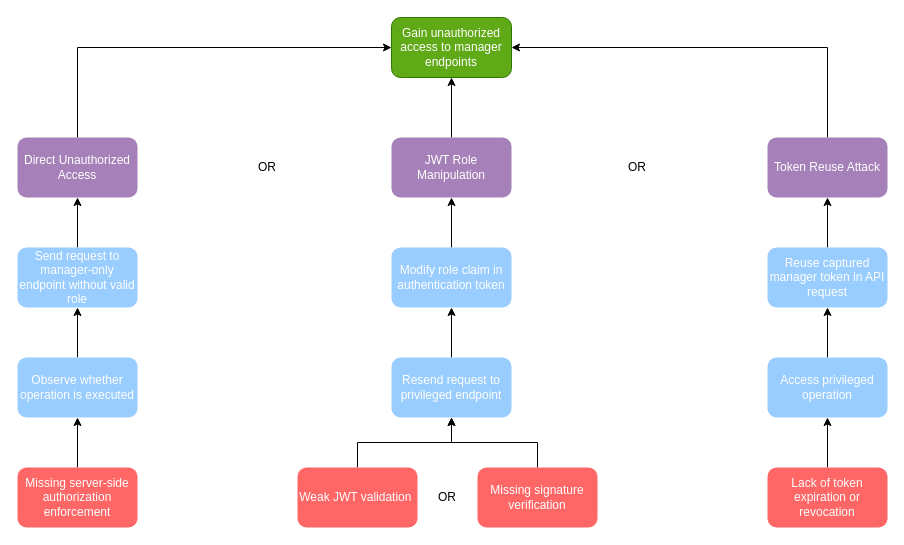
mei-desofs/desofs2026-thu_crr_1 keeps this draw.io diagram as docs/attack-trees/joao1220663/Broken_Authorization_Product_Attack_Tree.drawio. Above is the earlier version. Source tidied: cells renumbered, new cells numbered last; positions are measured from the earlier drawing's top-left corner, leaving out a move shared by most shapes. Both pictures are drawn from the tidied source at 100%, with x=0, y=0 at pixel (17, 17).
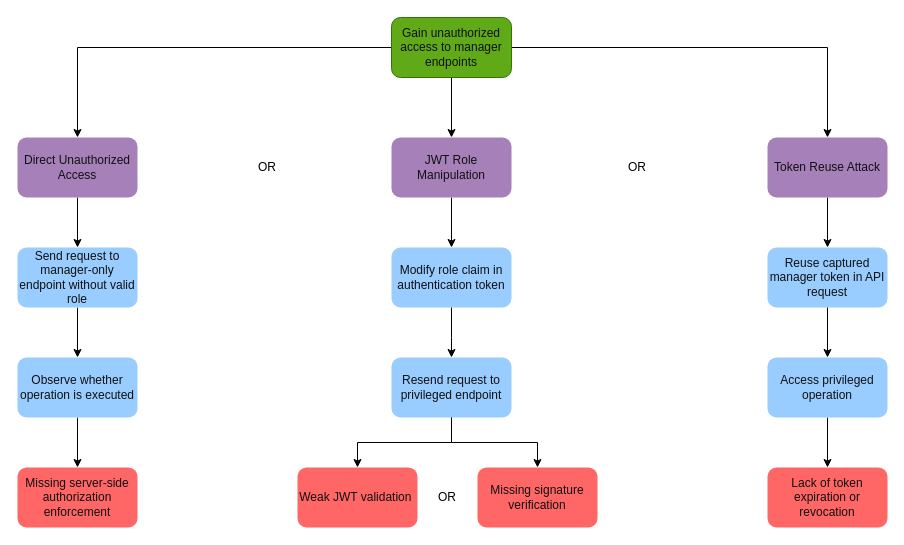
The same diagram, later.

Change to the diagram source:
```diff
@@
-    <mxCell id="2" style="edgeStyle=orthogonalEdgeStyle;rounded=0;jettySize=auto;html=1;exitX=0.5;exitY=0;exitDx=0;exitDy=0;entryX=0;entryY=0.5;entryDx=0;entryDy=0;" parent="1" edge="1" source="10" target="9">
+    <mxCell id="2" style="edgeStyle=orthogonalEdgeStyle;rounded=0;jettySize=auto;html=1;exitX=0;exitY=0.5;exitDx=0;exitDy=0;entryX=0.5;entryY=0;entryDx=0;entryDy=0;" parent="1" edge="1" source="9" target="10">
       <mxGeometry relative="1" as="geometry">
         <Array as="points">
           <mxPoint x="60" y="30" />
         </Array>
       </mxGeometry>
     </mxCell>
-    <mxCell id="3" style="edgeStyle=orthogonalEdgeStyle;rounded=0;jettySize=auto;html=1;exitX=0.5;exitY=0;exitDx=0;exitDy=0;entryX=0.5;entryY=1;entryDx=0;entryDy=0;" parent="1" edge="1" source="11" target="9">
+    <mxCell id="3" style="edgeStyle=orthogonalEdgeStyle;rounded=0;jettySize=auto;html=1;exitX=0.5;exitY=1;exitDx=0;exitDy=0;entryX=0.5;entryY=0;entryDx=0;entryDy=0;" parent="1" edge="1" source="9" target="11">
       <mxGeometry relative="1" as="geometry" />
     </mxCell>
-    <mxCell id="4" style="edgeStyle=orthogonalEdgeStyle;rounded=0;jettySize=auto;html=1;exitX=0.5;exitY=0;exitDx=0;exitDy=0;entryX=1;entryY=0.5;entryDx=0;entryDy=0;" parent="1" edge="1" source="12" target="9">
+    <mxCell id="4" style="edgeStyle=orthogonalEdgeStyle;rounded=0;jettySize=auto;html=1;exitX=1;exitY=0.5;exitDx=0;exitDy=0;entryX=0.5;entryY=0;entryDx=0;entryDy=0;" parent="1" edge="1" source="9" target="12">
       <mxGeometry relative="1" as="geometry" />
     </mxCell>
-    <mxCell id="5" style="edgeStyle=orthogonalEdgeStyle;rounded=0;jettySize=auto;html=1;exitX=0.5;exitY=0;exitDx=0;exitDy=0;" parent="1" edge="1" source="13">
-      <mxGeometry relative="1" as="geometry">
-        <mxPoint x="60" y="180" as="targetPoint" />
-      </mxGeometry>
+    <mxCell id="5" style="edgeStyle=orthogonalEdgeStyle;rounded=0;jettySize=auto;html=1;exitX=0.5;exitY=1;exitDx=0;exitDy=0;entryX=0.5;entryY=0;entryDx=0;entryDy=0;" parent="1" edge="1" source="10" target="13">
+      <mxGeometry relative="1" as="geometry" />
     </mxCell>
-    <mxCell id="6" style="edgeStyle=orthogonalEdgeStyle;rounded=0;jettySize=auto;html=1;exitX=0.5;exitY=0;exitDx=0;exitDy=0;entryX=0.5;entryY=1;entryDx=0;entryDy=0;" parent="1" edge="1" source="24" target="13">
+    <mxCell id="6" style="edgeStyle=orthogonalEdgeStyle;rounded=0;jettySize=auto;html=1;exitX=0.5;exitY=1;exitDx=0;exitDy=0;entryX=0.5;entryY=0;entryDx=0;entryDy=0;" parent="1" edge="1" source="13" target="24">
       <mxGeometry relative="1" as="geometry" />
     </mxCell>
-    <mxCell id="7" style="edgeStyle=orthogonalEdgeStyle;rounded=0;jettySize=auto;html=1;exitX=0.5;exitY=0;exitDx=0;exitDy=0;entryX=0.5;entryY=1;entryDx=0;entryDy=0;" parent="1" edge="1" source="14" target="11">
+    <mxCell id="7" style="edgeStyle=orthogonalEdgeStyle;rounded=0;jettySize=auto;html=1;exitX=0.5;exitY=1;exitDx=0;exitDy=0;entryX=0.5;entryY=0;entryDx=0;entryDy=0;" parent="1" edge="1" source="11" target="14">
       <mxGeometry relative="1" as="geometry" />
     </mxCell>
-    <mxCell id="8" style="edgeStyle=orthogonalEdgeStyle;rounded=0;jettySize=auto;html=1;exitX=0.5;exitY=0;exitDx=0;exitDy=0;entryX=0.5;entryY=1;entryDx=0;entryDy=0;" parent="1" edge="1" source="15" target="12">
+    <mxCell id="8" style="edgeStyle=orthogonalEdgeStyle;rounded=0;jettySize=auto;html=1;exitX=0.5;exitY=1;exitDx=0;exitDy=0;entryX=0.5;entryY=0;entryDx=0;entryDy=0;" parent="1" edge="1" source="12" target="15">
       <mxGeometry relative="1" as="geometry" />
     </mxCell>
-    <mxCell id="9" value="Gain unauthorized access to manager endpoints" style="rounded=1;whiteSpace=wrap;html=1;fillColor=#60a917;strokeColor=#2D7600;fontColor=#ffffff;" parent="1" vertex="1">
+    <mxCell id="9" value="Gain unauthorized access to manager endpoints" style="rounded=1;whiteSpace=wrap;html=1;fillColor=#60a917;strokeColor=#2D7600;fontColor=#111111;" parent="1" vertex="1">
       <mxGeometry x="374" width="120" height="60" as="geometry" />
     </mxCell>
-    <mxCell id="10" value="Direct Unauthorized Access" style="rounded=1;whiteSpace=wrap;html=1;fillColor=#A680B8;strokeColor=none;fontColor=#FFFFFF;" parent="1" vertex="1">
+    <mxCell id="10" value="Direct Unauthorized Access" style="rounded=1;whiteSpace=wrap;html=1;fillColor=#A680B8;strokeColor=none;fontColor=#111111;" parent="1" vertex="1">
       <mxGeometry y="120" width="120" height="60" as="geometry" />
     </mxCell>
-    <mxCell id="11" value="JWT Role Manipulation" style="rounded=1;whiteSpace=wrap;html=1;fillColor=#A680B8;strokeColor=none;fontColor=#FFFFFF;" parent="1" vertex="1">
+    <mxCell id="11" value="JWT Role Manipulation" style="rounded=1;whiteSpace=wrap;html=1;fillColor=#A680B8;strokeColor=none;fontColor=#111111;" parent="1" vertex="1">
       <mxGeometry x="374" y="120" width="120" height="60" as="geometry" />
     </mxCell>
-    <mxCell id="12" value="Token Reuse Attack" style="rounded=1;whiteSpace=wrap;html=1;fillColor=#A680B8;strokeColor=none;fontColor=#FFFFFF;" parent="1" vertex="1">
+    <mxCell id="12" value="Token Reuse Attack" style="rounded=1;whiteSpace=wrap;html=1;fillColor=#A680B8;strokeColor=none;fontColor=#111111;" parent="1" vertex="1">
       <mxGeometry x="750" y="120" width="120" height="60" as="geometry" />
     </mxCell>
-    <mxCell id="13" value="&lt;div style=&quot;&quot;&gt;Send request to manager-only endpoint without valid role&lt;/div&gt;" style="rounded=1;whiteSpace=wrap;html=1;fillColor=#99CCFF;align=center;strokeColor=none;fontColor=#FFFFFF;" parent="1" vertex="1">
+    <mxCell id="13" value="&lt;div style=&quot;&quot;&gt;Send request to manager-only endpoint without valid role&lt;/div&gt;" style="rounded=1;whiteSpace=wrap;html=1;fillColor=#99CCFF;align=center;strokeColor=none;fontColor=#111111;" parent="1" vertex="1">
       <mxGeometry y="230" width="120" height="60" as="geometry" />
     </mxCell>
-    <mxCell id="14" value="Modify role claim in authentication token" style="rounded=1;whiteSpace=wrap;html=1;fillColor=#99CCFF;strokeColor=none;fontColor=#FFFFFF;" parent="1" vertex="1">
+    <mxCell id="14" value="Modify role claim in authentication token" style="rounded=1;whiteSpace=wrap;html=1;fillColor=#99CCFF;strokeColor=none;fontColor=#111111;" parent="1" vertex="1">
       <mxGeometry x="374" y="230" width="120" height="60" as="geometry" />
     </mxCell>
-    <mxCell id="15" value="Reuse captured manager token in API request" style="rounded=1;whiteSpace=wrap;html=1;fillColor=#99CCFF;strokeColor=none;fontColor=#FFFFFF;" parent="1" vertex="1">
+    <mxCell id="15" value="Reuse captured manager token in API request" style="rounded=1;whiteSpace=wrap;html=1;fillColor=#99CCFF;strokeColor=none;fontColor=#111111;" parent="1" vertex="1">
       <mxGeometry x="750" y="230" width="120" height="60" as="geometry" />
     </mxCell>
-    <mxCell id="16" style="edgeStyle=orthogonalEdgeStyle;rounded=0;jettySize=auto;html=1;exitX=0.5;exitY=0;exitDx=0;exitDy=0;entryX=0.5;entryY=1;entryDx=0;entryDy=0;" parent="1" edge="1" source="17" target="24">
+    <mxCell id="16" style="edgeStyle=orthogonalEdgeStyle;rounded=0;jettySize=auto;html=1;exitX=0.5;exitY=1;exitDx=0;exitDy=0;entryX=0.5;entryY=0;entryDx=0;entryDy=0;" parent="1" edge="1" source="24" target="17">
       <mxGeometry relative="1" as="geometry" />
     </mxCell>
-    <mxCell id="17" value="Missing server-side authorization enforcement" style="rounded=1;whiteSpace=wrap;html=1;fillColor=#FF6666;strokeColor=none;fontColor=#FFFFFF;" parent="1" vertex="1">
+    <mxCell id="17" value="Missing server-side authorization enforcement" style="rounded=1;whiteSpace=wrap;html=1;fillColor=#FF6666;strokeColor=none;fontColor=#111111;" parent="1" vertex="1">
       <mxGeometry y="450" width="120" height="60" as="geometry" />
     </mxCell>
-    <mxCell id="18" style="edgeStyle=orthogonalEdgeStyle;rounded=0;jettySize=auto;html=1;exitX=0.5;exitY=0;exitDx=0;exitDy=0;entryX=0.5;entryY=1;entryDx=0;entryDy=0;" parent="1" edge="1" source="19" target="26">
+    <mxCell id="18" style="edgeStyle=orthogonalEdgeStyle;rounded=0;jettySize=auto;html=1;exitX=0.5;exitY=1;exitDx=0;exitDy=0;entryX=0.5;entryY=0;entryDx=0;entryDy=0;" parent="1" edge="1" source="26" target="19">
       <mxGeometry relative="1" as="geometry" />
     </mxCell>
-    <mxCell id="19" value="Weak JWT validation&amp;nbsp;" style="rounded=1;whiteSpace=wrap;html=1;fillColor=#FF6666;strokeColor=none;fontColor=#FFFFFF;" parent="1" vertex="1">
+    <mxCell id="19" value="Weak JWT validation&amp;nbsp;" style="rounded=1;whiteSpace=wrap;html=1;fillColor=#FF6666;strokeColor=none;fontColor=#111111;" parent="1" vertex="1">
       <mxGeometry x="280" y="450" width="120" height="60" as="geometry" />
     </mxCell>
-    <mxCell id="20" style="edgeStyle=orthogonalEdgeStyle;rounded=0;jettySize=auto;html=1;exitX=0.5;exitY=0;exitDx=0;exitDy=0;entryX=0.5;entryY=1;entryDx=0;entryDy=0;" parent="1" edge="1" source="21" target="28">
+    <mxCell id="20" style="edgeStyle=orthogonalEdgeStyle;rounded=0;jettySize=auto;html=1;exitX=0.5;exitY=1;exitDx=0;exitDy=0;entryX=0.5;entryY=0;entryDx=0;entryDy=0;" parent="1" edge="1" source="28" target="21">
       <mxGeometry relative="1" as="geometry" />
     </mxCell>
-    <mxCell id="21" value="Lack of token expiration or revocation" style="rounded=1;whiteSpace=wrap;html=1;fillColor=#FF6666;strokeColor=none;fontColor=#FFFFFF;" parent="1" vertex="1">
+    <mxCell id="21" value="Lack of token expiration or revocation" style="rounded=1;whiteSpace=wrap;html=1;fillColor=#FF6666;strokeColor=none;fontColor=#111111;" parent="1" vertex="1">
       <mxGeometry x="750" y="450" width="120" height="60" as="geometry" />
     </mxCell>
@@
-    <mxCell id="24" value="&lt;div style=&quot;&quot;&gt;Observe whether operation is executed&lt;/div&gt;" style="rounded=1;whiteSpace=wrap;html=1;fillColor=#99CCFF;align=center;strokeColor=none;fontColor=#FFFFFF;" parent="1" vertex="1">
+    <mxCell id="24" value="&lt;div style=&quot;&quot;&gt;Observe whether operation is executed&lt;/div&gt;" style="rounded=1;whiteSpace=wrap;html=1;fillColor=#99CCFF;align=center;strokeColor=none;fontColor=#111111;" parent="1" vertex="1">
       <mxGeometry y="340" width="120" height="60" as="geometry" />
     </mxCell>
-    <mxCell id="25" style="edgeStyle=orthogonalEdgeStyle;rounded=0;jettySize=auto;html=1;exitX=0.5;exitY=0;exitDx=0;exitDy=0;" parent="1" edge="1" source="26" target="14">
-      <mxGeometry relative="1" as="geometry" />
+    <mxCell id="25" style="edgeStyle=orthogonalEdgeStyle;rounded=0;jettySize=auto;html=1;exitX=0.5;exitY=1;exitDx=0;exitDy=0;entryX=0.5;entryY=0;entryDx=0;entryDy=0;" parent="1" edge="1" source="14" target="26">
+      <mxGeometry relative="1" as="geometry">
+        <Array as="points">
+          <mxPoint x="434" y="320" />
+          <mxPoint x="434" y="320" />
+        </Array>
+      </mxGeometry>
     </mxCell>
-    <mxCell id="26" value="&lt;div style=&quot;&quot;&gt;Resend request to privileged endpoint&lt;/div&gt;" style="rounded=1;whiteSpace=wrap;html=1;fillColor=#99CCFF;align=center;strokeColor=none;fontColor=#FFFFFF;" parent="1" vertex="1">
+    <mxCell id="26" value="&lt;div style=&quot;&quot;&gt;Resend request to privileged endpoint&lt;/div&gt;" style="rounded=1;whiteSpace=wrap;html=1;fillColor=#99CCFF;align=center;strokeColor=none;fontColor=#111111;" parent="1" vertex="1">
       <mxGeometry x="374" y="340" width="120" height="60" as="geometry" />
     </mxCell>
-    <mxCell id="27" style="edgeStyle=orthogonalEdgeStyle;rounded=0;jettySize=auto;html=1;exitX=0.5;exitY=0;exitDx=0;exitDy=0;" parent="1" edge="1" source="28" target="15">
+    <mxCell id="27" style="edgeStyle=orthogonalEdgeStyle;rounded=0;jettySize=auto;html=1;exitX=0.5;exitY=1;exitDx=0;exitDy=0;entryX=0.5;entryY=0;entryDx=0;entryDy=0;" parent="1" edge="1" source="15" target="28">
       <mxGeometry relative="1" as="geometry" />
     </mxCell>
-    <mxCell id="28" value="&lt;div style=&quot;&quot;&gt;Access privileged operation&lt;/div&gt;" style="rounded=1;whiteSpace=wrap;html=1;fillColor=#99CCFF;align=center;strokeColor=none;fontColor=#FFFFFF;" parent="1" vertex="1">
+    <mxCell id="28" value="&lt;div style=&quot;&quot;&gt;Access privileged operation&lt;/div&gt;" style="rounded=1;whiteSpace=wrap;html=1;fillColor=#99CCFF;align=center;strokeColor=none;fontColor=#111111;" parent="1" vertex="1">
       <mxGeometry x="750" y="340" width="120" height="60" as="geometry" />
     </mxCell>
-    <mxCell id="29" style="edgeStyle=orthogonalEdgeStyle;rounded=0;jettySize=auto;html=1;exitX=0.5;exitY=0;exitDx=0;exitDy=0;entryX=0.5;entryY=1;entryDx=0;entryDy=0;" parent="1" edge="1" source="30" target="26">
+    <mxCell id="29" style="edgeStyle=orthogonalEdgeStyle;rounded=0;jettySize=auto;html=1;exitX=0.5;exitY=1;exitDx=0;exitDy=0;entryX=0.5;entryY=0;entryDx=0;entryDy=0;" parent="1" edge="1" source="26" target="30">
       <mxGeometry relative="1" as="geometry" />
     </mxCell>
-    <mxCell id="30" value="Missing signature verification" style="rounded=1;whiteSpace=wrap;html=1;fillColor=#FF6666;strokeColor=none;fontColor=#FFFFFF;" parent="1" vertex="1">
+    <mxCell id="30" value="Missing signature verification" style="rounded=1;whiteSpace=wrap;html=1;fillColor=#FF6666;strokeColor=none;fontColor=#111111;" parent="1" vertex="1">
       <mxGeometry x="460" y="450" width="120" height="60" as="geometry" />
     </mxCell>
```
